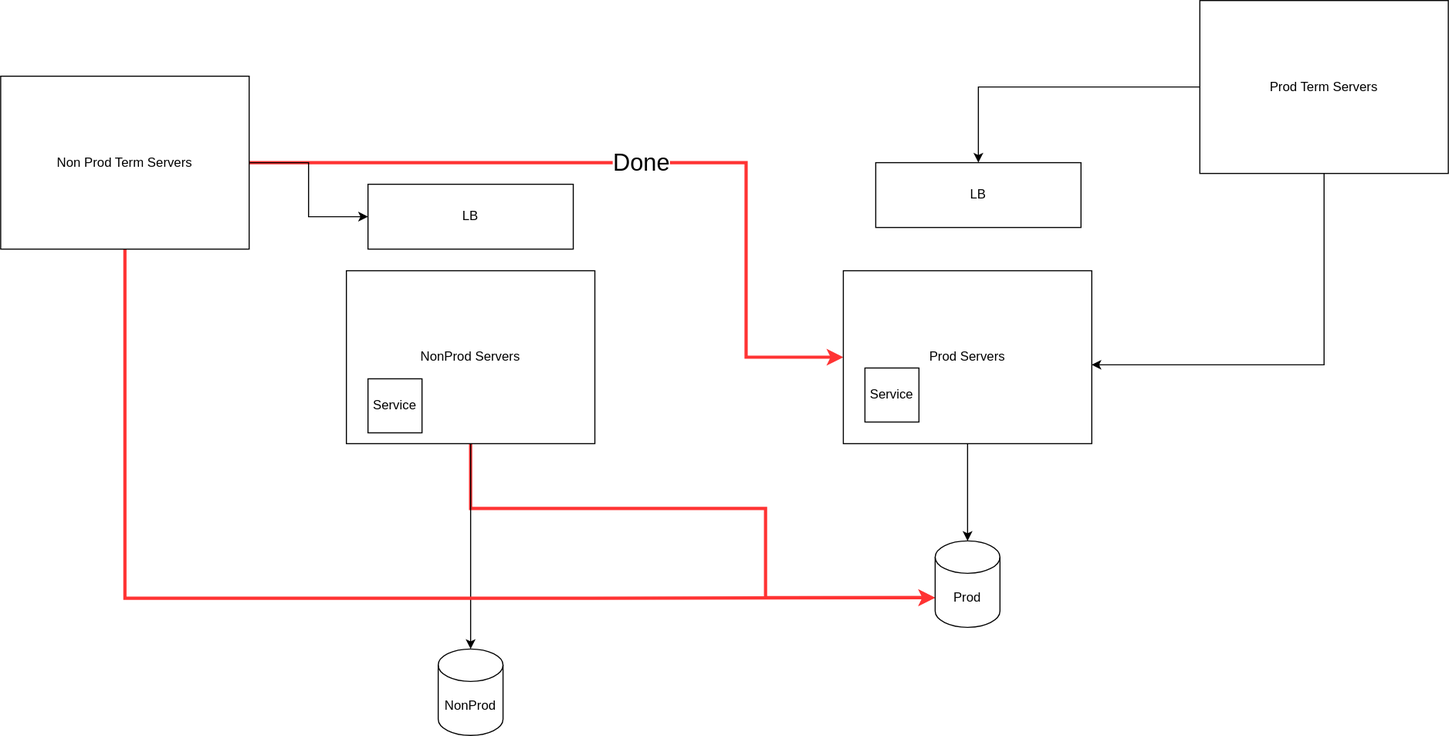
This is MIandIsolation.svg from vjavle/invoicecloud, a draw.io export, as it was before one commit. Source tidied: cells renumbered, new cells last; positions are measured from the earlier drawing's top-left corner, leaving out a move shared by most shapes. The source it was exported from:
```xml
<mxGraphModel>
  <root>
    <mxCell id="0" />
    <mxCell id="1" parent="0" />
    <mxCell id="2" style="edgeStyle=orthogonalEdgeStyle;rounded=0;jettySize=auto;html=1;entryX=0;entryY=0;entryDx=0;entryDy=52.5;entryPerimeter=0;strokeColor=#FF3333;strokeWidth=3;" parent="1" edge="1" source="4" target="18">
      <mxGeometry relative="1" as="geometry">
        <Array as="points">
          <mxPoint x="435" y="470" />
          <mxPoint x="708" y="470" />
          <mxPoint x="708" y="553" />
        </Array>
      </mxGeometry>
    </mxCell>
    <mxCell id="3" style="edgeStyle=orthogonalEdgeStyle;rounded=0;jettySize=auto;html=1;" parent="1" edge="1" source="4" target="17">
      <mxGeometry relative="1" as="geometry" />
    </mxCell>
    <mxCell id="4" value="NonProd Servers" style="rounded=0;whiteSpace=wrap;html=1;" parent="1" vertex="1">
      <mxGeometry x="320" y="250" width="230" height="160" as="geometry" />
    </mxCell>
    <mxCell id="5" style="edgeStyle=orthogonalEdgeStyle;rounded=0;jettySize=auto;html=1;entryX=0;entryY=0.5;entryDx=0;entryDy=0;strokeColor=#FF3333;strokeWidth=3;" parent="1" edge="1" source="9" target="12">
      <mxGeometry relative="1" as="geometry">
        <Array as="points">
          <mxPoint x="690" y="150" />
          <mxPoint x="690" y="330" />
        </Array>
      </mxGeometry>
    </mxCell>
    <mxCell id="6" value="Done" style="edgeLabel;html=1;align=center;verticalAlign=middle;fontSize=22;" parent="5" vertex="1">
      <mxGeometry x="-0.01" relative="1" as="geometry" />
    </mxCell>
    <mxCell id="7" style="edgeStyle=orthogonalEdgeStyle;rounded=0;jettySize=auto;html=1;entryX=0;entryY=0;entryDx=0;entryDy=52.5;entryPerimeter=0;strokeColor=#FF3333;strokeWidth=3;" parent="1" edge="1" source="9" target="18">
      <mxGeometry relative="1" as="geometry">
        <Array as="points">
          <mxPoint x="115" y="553" />
          <mxPoint x="548" y="553" />
        </Array>
      </mxGeometry>
    </mxCell>
    <mxCell id="8" style="edgeStyle=orthogonalEdgeStyle;rounded=0;jettySize=auto;html=1;" parent="1" edge="1" source="9" target="10">
      <mxGeometry relative="1" as="geometry" />
    </mxCell>
    <mxCell id="9" value="Non Prod Term Servers" style="rounded=0;whiteSpace=wrap;html=1;" parent="1" vertex="1">
      <mxGeometry y="70" width="230" height="160" as="geometry" />
    </mxCell>
    <mxCell id="10" value="LB" style="rounded=0;whiteSpace=wrap;html=1;" parent="1" vertex="1">
      <mxGeometry x="340" y="170" width="190" height="60" as="geometry" />
    </mxCell>
    <mxCell id="11" style="edgeStyle=orthogonalEdgeStyle;rounded=0;jettySize=auto;html=1;" parent="1" edge="1" source="12" target="18">
      <mxGeometry relative="1" as="geometry" />
    </mxCell>
    <mxCell id="12" value="Prod Servers" style="rounded=0;whiteSpace=wrap;html=1;" parent="1" vertex="1">
      <mxGeometry x="780" y="250" width="230" height="160" as="geometry" />
    </mxCell>
    <mxCell id="13" value="LB" style="rounded=0;whiteSpace=wrap;html=1;" parent="1" vertex="1">
      <mxGeometry x="810" y="150" width="190" height="60" as="geometry" />
    </mxCell>
    <mxCell id="14" style="edgeStyle=orthogonalEdgeStyle;rounded=0;jettySize=auto;html=1;entryX=0.5;entryY=0;entryDx=0;entryDy=0;" parent="1" edge="1" source="16" target="13">
      <mxGeometry relative="1" as="geometry" />
    </mxCell>
    <mxCell id="15" style="edgeStyle=orthogonalEdgeStyle;rounded=0;jettySize=auto;html=1;entryX=0.999;entryY=0.544;entryDx=0;entryDy=0;entryPerimeter=0;" parent="1" edge="1" source="16" target="12">
      <mxGeometry relative="1" as="geometry">
        <Array as="points">
          <mxPoint x="1225" y="337" />
        </Array>
      </mxGeometry>
    </mxCell>
    <mxCell id="16" value="Prod Term Servers" style="rounded=0;whiteSpace=wrap;html=1;" parent="1" vertex="1">
      <mxGeometry x="1110" width="230" height="160" as="geometry" />
    </mxCell>
    <mxCell id="17" value="NonProd" style="shape=cylinder3;whiteSpace=wrap;html=1;boundedLbl=1;backgroundOutline=1;size=15;" parent="1" vertex="1">
      <mxGeometry x="405" y="600" width="60" height="80" as="geometry" />
    </mxCell>
    <mxCell id="18" value="Prod" style="shape=cylinder3;whiteSpace=wrap;html=1;boundedLbl=1;backgroundOutline=1;size=15;" parent="1" vertex="1">
      <mxGeometry x="865" y="500" width="60" height="80" as="geometry" />
    </mxCell>
    <mxCell id="19" value="Service" style="whiteSpace=wrap;html=1;" parent="1" vertex="1">
      <mxGeometry x="340" y="350" width="50" height="50" as="geometry" />
    </mxCell>
    <mxCell id="20" value="Service" style="whiteSpace=wrap;html=1;" parent="1" vertex="1">
      <mxGeometry x="800" y="340" width="50" height="50" as="geometry" />
    </mxCell>
  </root>
</mxGraphModel>
```
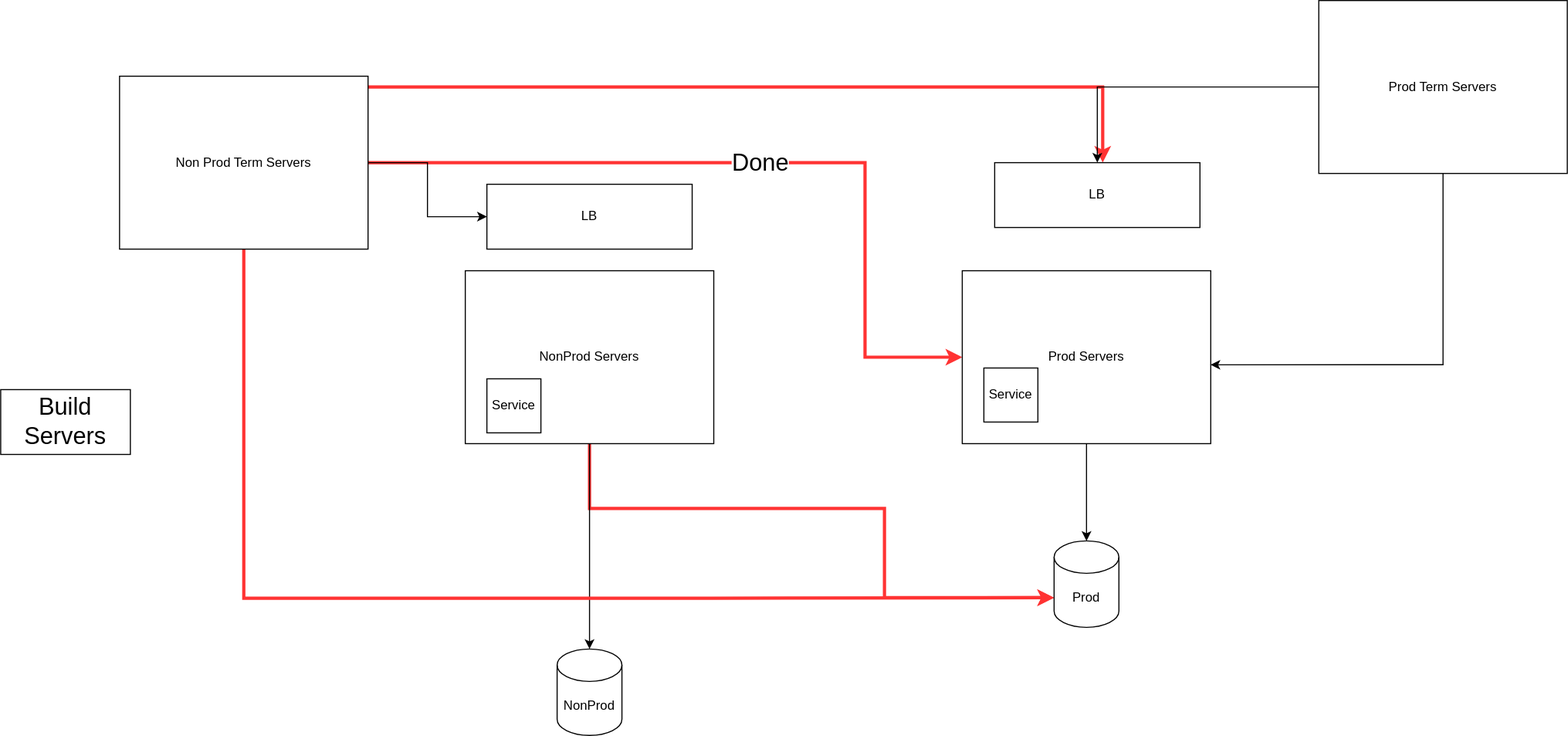
Later version of the same file.

Change to the diagram source:
```diff
@@ -39,6 +39,14 @@
     <mxCell id="8" style="edgeStyle=orthogonalEdgeStyle;rounded=0;jettySize=auto;html=1;" parent="1" edge="1" source="9" target="10">
       <mxGeometry relative="1" as="geometry" />
     </mxCell>
+    <mxCell id="21" style="edgeStyle=orthogonalEdgeStyle;rounded=0;jettySize=auto;html=1;fontSize=22;strokeColor=#FF3333;strokeWidth=3;" parent="1" edge="1" source="9">
+      <mxGeometry relative="1" as="geometry">
+        <mxPoint x="910" y="150" as="targetPoint" />
+        <Array as="points">
+          <mxPoint x="910" y="80" />
+        </Array>
+      </mxGeometry>
+    </mxCell>
     <mxCell id="9" value="Non Prod Term Servers" style="rounded=0;whiteSpace=wrap;html=1;" parent="1" vertex="1">
       <mxGeometry y="70" width="230" height="160" as="geometry" />
     </mxCell>
@@ -79,5 +87,8 @@
     <mxCell id="20" value="Service" style="whiteSpace=wrap;html=1;" parent="1" vertex="1">
       <mxGeometry x="800" y="340" width="50" height="50" as="geometry" />
     </mxCell>
+    <mxCell id="22" value="Build Servers" style="rounded=0;whiteSpace=wrap;html=1;fontSize=22;" parent="1" vertex="1">
+      <mxGeometry x="-110" y="360" width="120" height="60" as="geometry" />
+    </mxCell>
   </root>
 </mxGraphModel>
```
